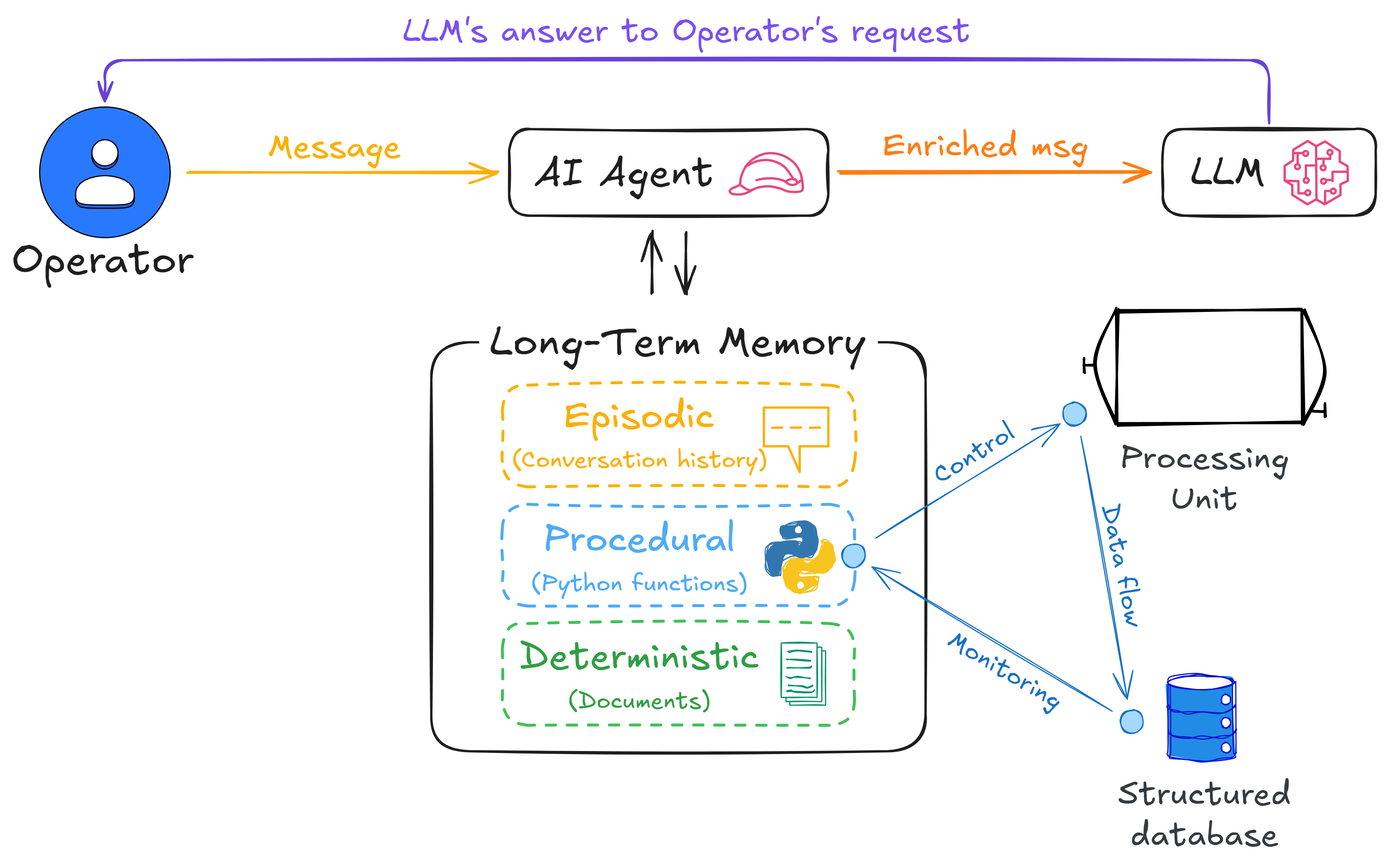
Before: images/agent_4.png, a diagram exported from Excalidraw (rmoscetti/cheshire-cat-ai-tools). Source tidied: one line per element, renumbered; positions are measured from the earlier drawing's top-left corner, leaving out a move shared by most shapes.
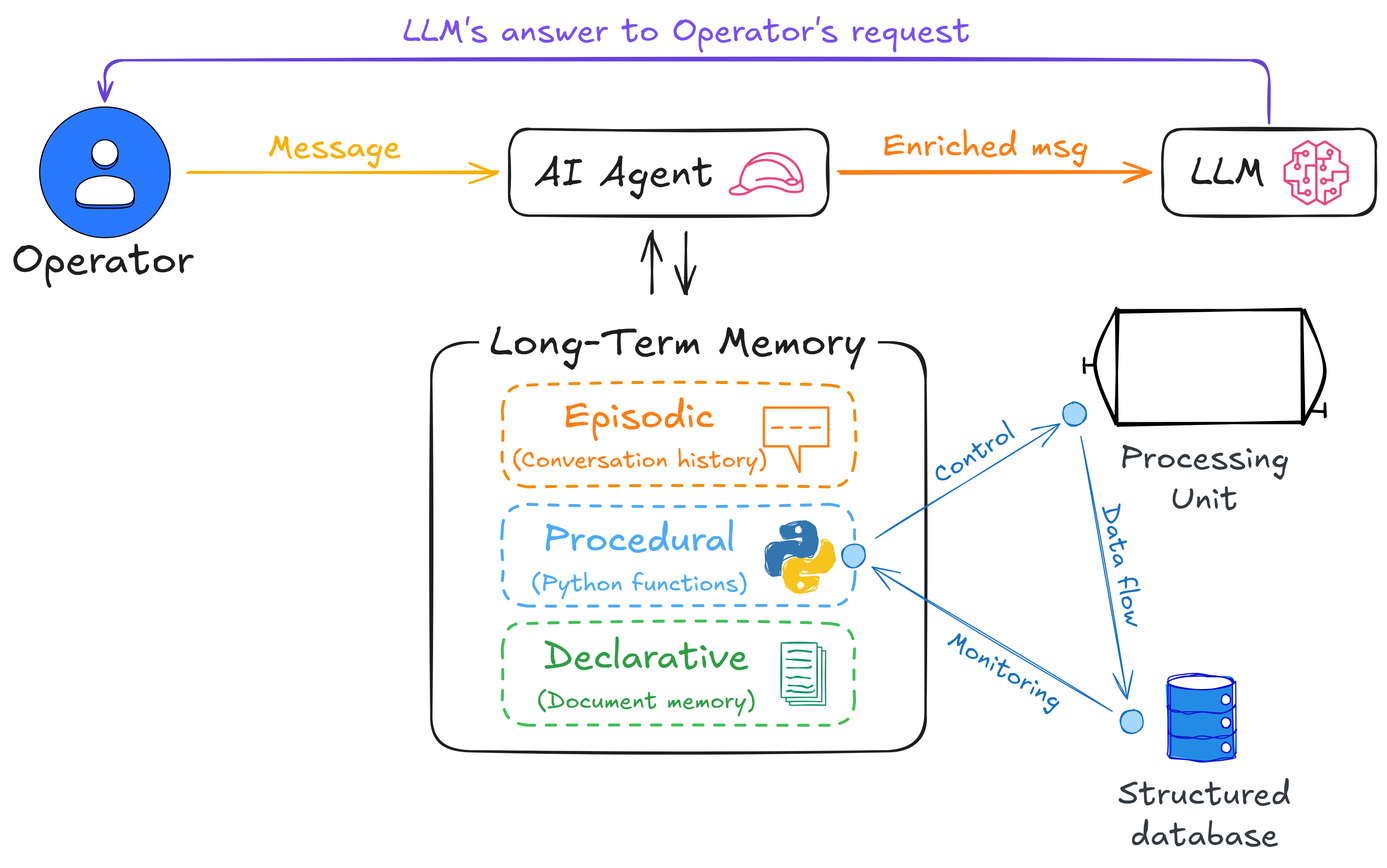
After the change.

Diff of the diagram source:
```diff
@@ -40,11 +40,11 @@
 {"id": 39, "type": "line", "strokeColor": "#e64980", "strokeWidth": 2, "roughness": 0, "round": true, "x": 624, "y": 148, "width": 52, "height": 11, "points": [[0, 0], [7, 4], [15, 2], [24, 1], [34, 3], [41, 5], [52, 5], [52, -5]]}
 {"id": 40, "type": "line", "strokeColor": "#e64980", "strokeWidth": 2, "roughness": 0, "round": true, "x": 637, "y": 144, "width": 34, "height": 5, "points": [[0, 0], [5, -1], [13, -2], [22, 0], [29, 4], [34, 3], [34, 0], [29, -1], [25, 1]]}
 {"id": 41, "type": "line", "strokeColor": "#e64980", "strokeWidth": 2, "roughness": 0, "round": true, "x": 672, "y": 147, "width": 4, "height": 3, "points": [[0, 0], [4, -3]]}
-{"id": 42, "type": "rectangle", "strokeColor": "#fab005", "strokeWidth": 2, "strokeStyle": "dashed", "roughness": 1, "round": true, "x": 420, "y": 319, "width": 301, "height": 87}
+{"id": 42, "type": "rectangle", "strokeColor": "#f08c00", "strokeWidth": 2, "strokeStyle": "dashed", "roughness": 1, "round": true, "x": 420, "y": 319, "width": 301, "height": 87}
-{"id": 43, "type": "line", "strokeColor": "#fab005", "strokeWidth": 2, "roughness": 0, "x": 643, "y": 371, "width": 55, "height": 55, "points": [[0, 0], [0, -33], [55, -33], [55, 0], [31, 0], [31, 22], [21, 0], [0, 0]]}
+{"id": 43, "type": "line", "strokeColor": "#fd7e14", "strokeWidth": 2, "roughness": 0, "x": 643, "y": 371, "width": 55, "height": 55, "points": [[0, 0], [0, -33], [55, -33], [55, 0], [31, 0], [31, 22], [21, 0], [0, 0]]}
-{"id": 44, "type": "line", "strokeColor": "#fab005", "angle": 1.55, "strokeWidth": 2, "roughness": 0, "round": true, "x": 655, "y": 351, "width": 0, "height": 9, "points": [[0, 0], [0, 9]]}
+{"id": 44, "type": "line", "strokeColor": "#fd7e14", "angle": 1.55, "strokeWidth": 2, "roughness": 0, "round": true, "x": 655, "y": 351, "width": 0, "height": 9, "points": [[0, 0], [0, 9]]}
-{"id": 45, "type": "line", "strokeColor": "#fab005", "angle": 1.55, "strokeWidth": 2, "roughness": 0, "round": true, "x": 687, "y": 351, "width": 0, "height": 9, "points": [[0, 0], [0, 9]]}
+{"id": 45, "type": "line", "strokeColor": "#fd7e14", "angle": 1.55, "strokeWidth": 2, "roughness": 0, "round": true, "x": 687, "y": 351, "width": 0, "height": 9, "points": [[0, 0], [0, 9]]}
-{"id": 46, "type": "line", "strokeColor": "#fab005", "angle": 1.55, "strokeWidth": 2, "roughness": 0, "round": true, "x": 671, "y": 351, "width": 0, "height": 9, "points": [[0, 0], [0, 9]]}
+{"id": 46, "type": "line", "strokeColor": "#fd7e14", "angle": 1.55, "strokeWidth": 2, "roughness": 0, "round": true, "x": 671, "y": 351, "width": 0, "height": 9, "points": [[0, 0], [0, 9]]}
 {"id": 47, "type": "rectangle", "strokeColor": "#4dabf7", "strokeWidth": 2, "strokeStyle": "dashed", "roughness": 1, "round": true, "x": 420, "y": 421, "width": 301, "height": 87}
 {"id": 48, "type": "line", "strokeColor": "#f7c31d", "backgroundColor": "#f7c31d", "fillStyle": "solid", "strokeWidth": 1, "roughness": 1, "round": true, "x": 693, "y": 453, "width": 42, "height": 43, "points": [[0, 0], [6, 1], [9, 4], [10, 13], [9, 21], [3, 26], [-6, 27], [-16, 27], [-19, 27], [-19, 27], [-19, 30], [-18, 30], [-5, 31], [-4, 35], [-5, 39], [-11, 43], [-21, 43], [-29, 40], [-31, 36], [-32, 29], [-32, 21], [-27, 16], [-20, 16], [-12, 16], [-6, 15], [-1, 9], [0, 0]]}
 {"id": 49, "type": "line", "strokeColor": "#3276af", "backgroundColor": "#3276af", "fillStyle": "solid", "strokeWidth": 1, "roughness": 1, "round": true, "x": 657, "y": 481, "width": 44, "height": 45, "points": [[0, 0], [-7, 0], [-11, -4], [-13, -13], [-11, -22], [-6, -27], [4, -28], [15, -27], [18, -27], [20, -28], [20, -31], [17, -32], [4, -32], [2, -35], [3, -41], [10, -44], [20, -45], [28, -42], [31, -37], [32, -30], [31, -22], [27, -16], [19, -16], [10, -16], [4, -14], [0, -8], [0, 0]]}
@@ -60,12 +60,12 @@
 {"id": 59, "type": "line", "strokeColor": "#099268", "backgroundColor": "#fff", "fillStyle": "solid", "strokeWidth": 1, "roughness": 1, "round": true, "x": 663, "y": 581, "width": 24, "height": 1, "points": [[0, 0], [4, -1], [7, 0], [20, 0], [24, -1]]}
 {"id": 60, "type": "line", "strokeColor": "#099268", "backgroundColor": "#fff", "fillStyle": "solid", "strokeWidth": 1, "roughness": 1, "round": true, "x": 663, "y": 554, "width": 20, "height": 1, "points": [[0, 0], [8, 0], [20, 1]]}
 {"id": 61, "type": "line", "strokeColor": "#099268", "backgroundColor": "#fff", "fillStyle": "solid", "strokeWidth": 1, "roughness": 1, "round": true, "x": 663, "y": 569, "width": 20, "height": 1, "points": [[0, 0], [4, 1], [8, 0], [20, 1]]}
-{"id": 62, "type": "text", "text": "Episodic", "strokeColor": "#fab005", "strokeWidth": 2, "roughness": 1, "fontSize": 32.29, "fontFamily": 5, "x": 472, "y": 327, "width": 129, "height": 40}
+{"id": 62, "type": "text", "text": "Episodic", "strokeColor": "#fd7e14", "strokeWidth": 2, "roughness": 1, "fontSize": 32.29, "fontFamily": 5, "x": 472, "y": 327, "width": 129, "height": 40}
-{"id": 63, "type": "text", "text": "(Conversation history)", "strokeColor": "#fab005", "strokeWidth": 2, "roughness": 1, "fontSize": 20, "fontFamily": 5, "x": 428, "y": 372, "width": 218, "height": 25}
+{"id": 63, "type": "text", "text": "(Conversation history)", "strokeColor": "#fd7e14", "strokeWidth": 2, "roughness": 1, "fontSize": 20, "fontFamily": 5, "x": 428, "y": 372, "width": 218, "height": 25}
 {"id": 64, "type": "text", "text": "Procedural", "strokeColor": "#4dabf7", "strokeWidth": 2, "roughness": 1, "fontSize": 32.29, "fontFamily": 5, "x": 455, "y": 432, "width": 164, "height": 40}
 {"id": 65, "type": "text", "text": "(Python functions)", "strokeColor": "#4dabf7", "strokeWidth": 2, "roughness": 1, "fontSize": 20, "fontFamily": 5, "x": 444, "y": 477, "width": 185, "height": 25}
-{"id": 66, "type": "text", "text": "Deterministic", "strokeColor": "#2f9e44", "strokeWidth": 2, "roughness": 1, "fontSize": 32.29, "fontFamily": 5, "x": 435, "y": 532, "width": 205, "height": 40}
+{"id": 66, "type": "text", "text": "Declarative", "strokeColor": "#2f9e44", "strokeWidth": 2, "roughness": 1, "fontSize": 32.29, "fontFamily": 5, "x": 455, "y": 532, "width": 175, "height": 40}
-{"id": 67, "type": "text", "text": "(Documents)", "strokeColor": "#2f9e44", "strokeWidth": 2, "roughness": 1, "fontSize": 20, "fontFamily": 5, "x": 476, "y": 577, "width": 122, "height": 25}
+{"id": 67, "type": "text", "text": "(Document memory)", "strokeColor": "#2f9e44", "strokeWidth": 2, "roughness": 1, "fontSize": 20, "fontFamily": 5, "x": 449, "y": 577, "width": 187, "height": 25}
 {"id": 68, "type": "rectangle", "strokeColor": "#1e1e1e", "strokeWidth": 2, "roughness": 1, "round": true, "x": 359, "y": 283, "width": 423, "height": 350}
 {"id": 69, "type": "rectangle", "strokeColor": "transparent", "backgroundColor": "#fff", "fillStyle": "solid", "strokeWidth": 1, "strokeStyle": "dashed", "roughness": 1, "round": true, "x": 399, "y": 267, "width": 343, "height": 32}
 {"id": 70, "type": "text", "text": "Long-Term Memory", "strokeColor": "#1e1e1e", "strokeWidth": 2, "strokeStyle": "dotted", "roughness": 1, "fontSize": 36, "fontFamily": 5, "x": 409, "y": 261, "width": 322, "height": 45}
```
